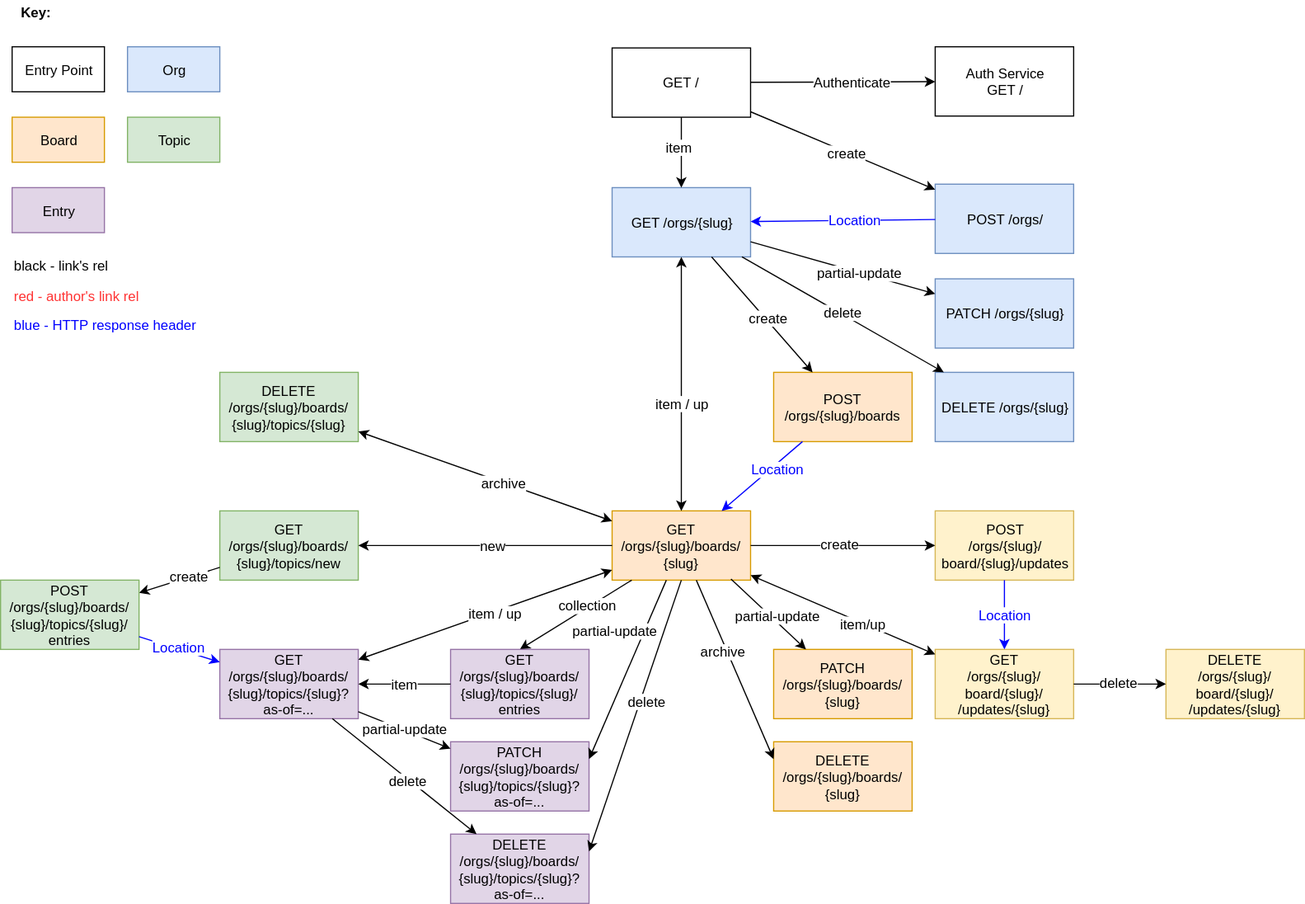
The draw.io diagram docs/OC-Storage-REST-API.svg in open-company/open-company-storage, before a commit. Source tidied: cells renumbered, new cells last; positions are measured from the earlier drawing's top-left corner, leaving out a move shared by most shapes.
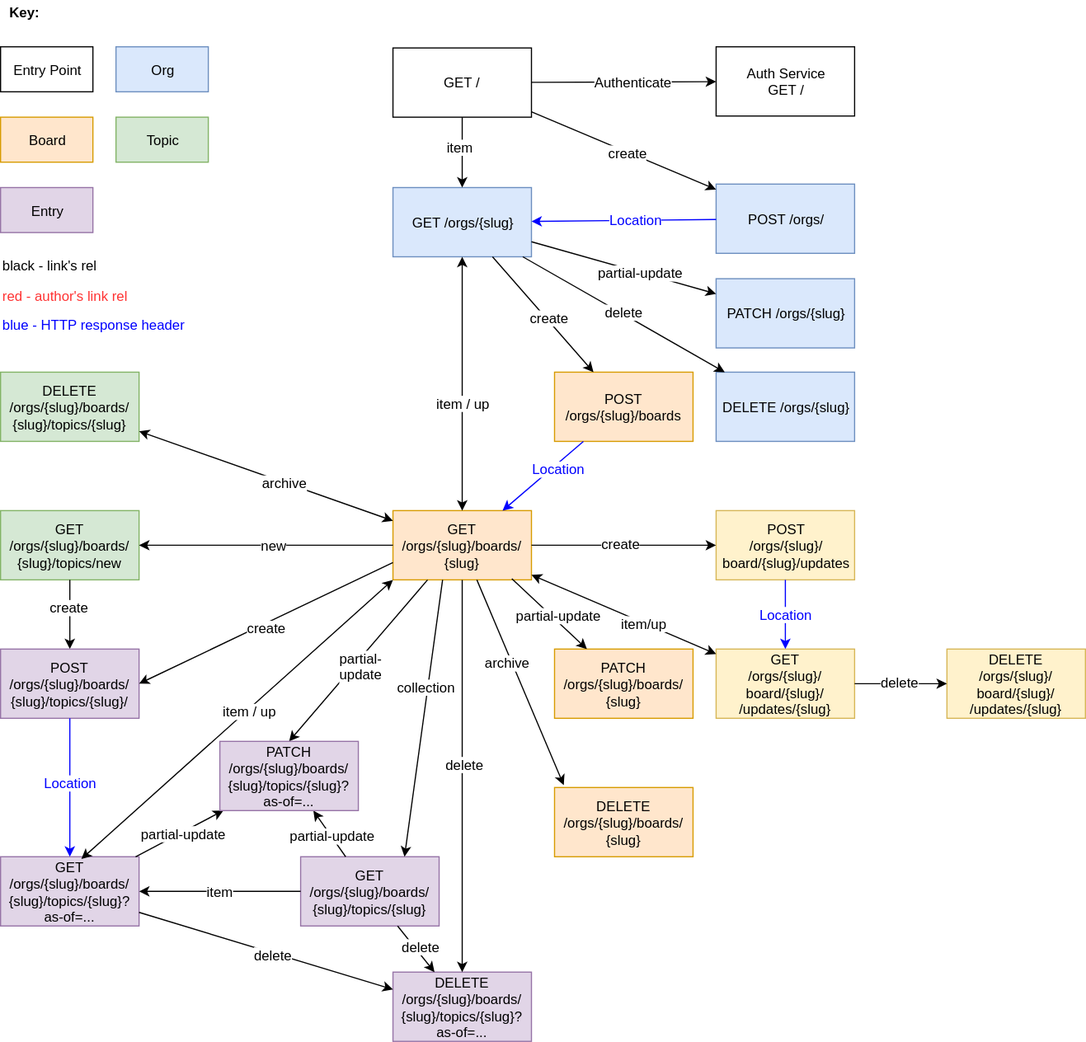
After the commit.

Change to the diagram source:
```diff
@@ -3,31 +3,31 @@
     <mxCell id="0" />
     <mxCell id="1" parent="0" />
     <mxCell id="2" value="Entry Point" style="whiteSpace=wrap;html=1;" parent="1" vertex="1">
-      <mxGeometry x="10" y="40" width="80" height="39" as="geometry" />
+      <mxGeometry x="190" y="40" width="80" height="39" as="geometry" />
     </mxCell>
     <mxCell id="3" value="Topic" style="whiteSpace=wrap;html=1;fillColor=#d5e8d4;strokeColor=#82b366;" parent="1" vertex="1">
-      <mxGeometry x="110" y="101" width="80" height="39" as="geometry" />
+      <mxGeometry x="290" y="101" width="80" height="39" as="geometry" />
     </mxCell>
     <mxCell id="4" value="Board" style="whiteSpace=wrap;html=1;fillColor=#ffe6cc;strokeColor=#d79b00;" parent="1" vertex="1">
-      <mxGeometry x="10" y="101" width="80" height="39" as="geometry" />
+      <mxGeometry x="190" y="101" width="80" height="39" as="geometry" />
     </mxCell>
     <mxCell id="5" value="Org" style="whiteSpace=wrap;html=1;fillColor=#dae8fc;strokeColor=#6c8ebf;" parent="1" vertex="1">
-      <mxGeometry x="110" y="40" width="80" height="39" as="geometry" />
+      <mxGeometry x="290" y="40" width="80" height="39" as="geometry" />
     </mxCell>
     <mxCell id="6" value="&lt;b&gt;Key:&lt;/b&gt;" style="text;html=1;strokeColor=none;fillColor=none;align=center;verticalAlign=middle;whiteSpace=wrap;" parent="1" vertex="1">
-      <mxGeometry x="10" width="40" height="20" as="geometry" />
+      <mxGeometry x="190" width="40" height="20" as="geometry" />
     </mxCell>
     <mxCell id="7" value="black - link's rel" style="text;html=1;strokeColor=none;fillColor=none;align=left;verticalAlign=middle;whiteSpace=wrap;" parent="1" vertex="1">
-      <mxGeometry x="10" y="219" width="110" height="20" as="geometry" />
+      <mxGeometry x="190" y="219" width="110" height="20" as="geometry" />
     </mxCell>
     <mxCell id="8" value="&lt;font color=&quot;#0000ff&quot;&gt;blue - HTTP response header&lt;/font&gt;" style="text;html=1;strokeColor=none;fillColor=none;align=left;verticalAlign=middle;whiteSpace=wrap;" parent="1" vertex="1">
-      <mxGeometry x="10" y="271" width="170" height="20" as="geometry" />
+      <mxGeometry x="190" y="271" width="170" height="20" as="geometry" />
     </mxCell>
     <mxCell id="9" value="red - author's link rel" style="text;html=1;strokeColor=none;fillColor=none;align=left;verticalAlign=middle;whiteSpace=wrap;fontColor=#FF3333;" parent="1" vertex="1">
-      <mxGeometry x="10" y="246" width="122" height="20" as="geometry" />
+      <mxGeometry x="190" y="246" width="122" height="20" as="geometry" />
     </mxCell>
     <mxCell id="10" value="Entry" style="whiteSpace=wrap;html=1;fillColor=#e1d5e7;strokeColor=#9673a6;" parent="1" vertex="1">
-      <mxGeometry x="10" y="162" width="80" height="39" as="geometry" />
+      <mxGeometry x="190" y="162" width="80" height="39" as="geometry" />
     </mxCell>
     <mxCell id="11" value="&lt;font color=&quot;#000000&quot;&gt;GET /&lt;/font&gt;" style="whiteSpace=wrap;html=1;fontSize=12;fontColor=#FF3333;" parent="1" vertex="1">
       <mxGeometry x="530" y="41" width="120" height="60" as="geometry" />
@@ -130,77 +130,57 @@
       </mxGeometry>
     </mxCell>
     <mxCell id="43" value="GET /orgs/{slug}/boards/&lt;div&gt;{slug}/&lt;span&gt;topics/{slug}?as-of=...&lt;/span&gt;&lt;/div&gt;" style="whiteSpace=wrap;html=1;fontSize=12;fontColor=#000000;fillColor=#e1d5e7;strokeColor=#9673a6;" parent="1" vertex="1">
-      <mxGeometry x="190" y="562" width="120" height="60" as="geometry" />
+      <mxGeometry x="190" y="742" width="120" height="60" as="geometry" />
     </mxCell>
-    <mxCell id="44" style="endArrow=classic;html=1;strokeColor=#000000;fontSize=12;fontColor=#000000;exitX=0.142;exitY=1;exitPerimeter=0;entryX=0.5;entryY=0;" parent="1" edge="1" source="29" target="46">
-      <mxGeometry relative="1" as="geometry" />
-    </mxCell>
-    <mxCell id="45" value="collection" style="text;html=1;align=center;verticalAlign=middle;labelBackgroundColor=#ffffff;fontSize=12;fontColor=#000000;" parent="44" vertex="1">
-      <mxGeometry x="-0.23" y="-2" relative="1" as="geometry" />
-    </mxCell>
-    <mxCell id="46" value="&lt;span&gt;GET /orgs/{slug}/boards/&lt;/span&gt;&lt;div&gt;{slug}/topics/{slug}/&lt;/div&gt;&lt;div&gt;entries&lt;/div&gt;" style="whiteSpace=wrap;html=1;fontSize=12;fontColor=#000000;fillColor=#e1d5e7;strokeColor=#9673a6;" parent="1" vertex="1">
-      <mxGeometry x="390" y="562" width="120" height="60" as="geometry" />
+    <mxCell id="46" value="&lt;span&gt;GET /orgs/{slug}/boards/&lt;/span&gt;&lt;div&gt;{slug}/topics/{slug}&lt;/div&gt;" style="whiteSpace=wrap;html=1;fontSize=12;fontColor=#000000;fillColor=#e1d5e7;strokeColor=#9673a6;" parent="1" vertex="1">
+      <mxGeometry x="450" y="742" width="120" height="60" as="geometry" />
     </mxCell>
-    <mxCell id="47" value="item" style="endArrow=classic;html=1;strokeColor=#000000;fontSize=12;fontColor=#000000;" parent="1" edge="1" source="46" target="43">
+    <mxCell id="47" value="item" style="endArrow=classic;html=1;strokeColor=#000000;fontSize=12;fontColor=#000000;exitX=0;exitY=0.5;" parent="1" edge="1" source="46" target="43">
       <mxGeometry relative="1" as="geometry" />
     </mxCell>
-    <mxCell id="48" style="endArrow=classic;html=1;strokeColor=#000000;fontSize=12;fontColor=#000000;" parent="1" edge="1" source="37" target="50">
+    <mxCell id="48" style="endArrow=classic;html=1;strokeColor=#000000;fontSize=12;fontColor=#000000;" parent="1" edge="1" source="37" target="81">
       <mxGeometry relative="1" as="geometry" />
     </mxCell>
     <mxCell id="49" value="create" style="text;html=1;align=center;verticalAlign=middle;labelBackgroundColor=#ffffff;fontSize=12;fontColor=#000000;" parent="48" vertex="1">
       <mxGeometry x="-0.24" y="-1" relative="1" as="geometry" />
     </mxCell>
-    <mxCell id="50" value="POST&lt;div&gt;/orgs/{slug}/boards/&lt;div&gt;{slug}/topics/{slug}/&lt;/div&gt;&lt;div&gt;entries&lt;/div&gt;&lt;/div&gt;" style="whiteSpace=wrap;html=1;fontSize=12;fontColor=#000000;fillColor=#d5e8d4;strokeColor=#82b366;" parent="1" vertex="1">
-      <mxGeometry y="502" width="120" height="60" as="geometry" />
-    </mxCell>
-    <mxCell id="51" style="endArrow=classic;html=1;strokeColor=#0000FF;fontSize=12;fontColor=#000000;" parent="1" edge="1" source="50" target="43">
-      <mxGeometry relative="1" as="geometry" />
-    </mxCell>
-    <mxCell id="52" value="&lt;font color=&quot;#0000ff&quot;&gt;Location&lt;/font&gt;" style="text;html=1;align=center;verticalAlign=middle;labelBackgroundColor=#ffffff;fontSize=12;fontColor=#000000;" parent="51" vertex="1">
-      <mxGeometry x="0.02" y="1" relative="1" as="geometry">
-        <mxPoint x="-2" y="-2" as="offset" />
-      </mxGeometry>
-    </mxCell>
-    <mxCell id="53" value="PATCH&lt;div&gt;/orgs/{slug}/boards/&lt;div&gt;{slug}/topics/{slug}?as-of=...&lt;/div&gt;&lt;/div&gt;" style="whiteSpace=wrap;html=1;fontSize=12;fontColor=#000000;fillColor=#e1d5e7;strokeColor=#9673a6;" parent="1" vertex="1">
-      <mxGeometry x="390" y="642" width="120" height="60" as="geometry" />
-    </mxCell>
     <mxCell id="54" value="DELETE&lt;div&gt;/orgs/{slug}/boards/&lt;div&gt;{slug}/topics/{slug}?as-of=...&lt;/div&gt;&lt;/div&gt;" style="whiteSpace=wrap;html=1;fontSize=12;fontColor=#000000;fillColor=#e1d5e7;strokeColor=#9673a6;" parent="1" vertex="1">
-      <mxGeometry x="390" y="722" width="120" height="60" as="geometry" />
+      <mxGeometry x="530" y="842" width="120" height="60" as="geometry" />
     </mxCell>
     <mxCell id="55" style="endArrow=classic;html=1;strokeColor=#000000;fontSize=12;fontColor=#000000;" parent="1" edge="1" source="43" target="53">
       <mxGeometry relative="1" as="geometry" />
     </mxCell>
     <mxCell id="56" value="partial-update" style="text;html=1;align=center;verticalAlign=middle;labelBackgroundColor=#ffffff;fontSize=12;fontColor=#000000;" parent="55" vertex="1">
       <mxGeometry x="0.21" y="-1" relative="1" as="geometry">
-        <mxPoint x="-8" y="-6" as="offset" />
+        <mxPoint x="-5" y="3" as="offset" />
       </mxGeometry>
     </mxCell>
-    <mxCell id="57" style="endArrow=classic;html=1;strokeColor=#000000;fontSize=12;fontColor=#000000;" parent="1" edge="1" source="43" target="54">
+    <mxCell id="57" style="endArrow=classic;html=1;strokeColor=#000000;fontSize=12;fontColor=#000000;entryX=0;entryY=0.25;" parent="1" edge="1" source="43" target="54">
       <mxGeometry relative="1" as="geometry" />
     </mxCell>
     <mxCell id="58" value="delete" style="text;html=1;align=center;verticalAlign=middle;labelBackgroundColor=#ffffff;fontSize=12;fontColor=#000000;" parent="57" vertex="1">
       <mxGeometry x="0.06" y="-1" relative="1" as="geometry" />
     </mxCell>
-    <mxCell id="59" style="endArrow=classic;startArrow=classic;html=1;strokeColor=#000000;fontSize=12;fontColor=#000000;" parent="1" edge="1" source="43" target="29">
+    <mxCell id="59" style="endArrow=classic;startArrow=classic;html=1;strokeColor=#000000;fontSize=12;fontColor=#000000;entryX=0;entryY=1;entryPerimeter=0;exitX=0.583;exitY=0.033;exitPerimeter=0;" parent="1" edge="1" source="43" target="29">
       <mxGeometry relative="1" as="geometry" />
     </mxCell>
     <mxCell id="60" value="item / up" style="text;html=1;align=center;verticalAlign=middle;labelBackgroundColor=#ffffff;fontSize=12;fontColor=#000000;" parent="59" vertex="1">
       <mxGeometry x="0.07" y="-1" relative="1" as="geometry" />
     </mxCell>
-    <mxCell id="61" style="endArrow=classic;html=1;strokeColor=#000000;fontSize=12;fontColor=#000000;entryX=1;entryY=0.25;exitX=0.392;exitY=1;exitPerimeter=0;" parent="1" edge="1" source="29" target="53">
+    <mxCell id="61" style="endArrow=classic;html=1;strokeColor=#000000;fontSize=12;fontColor=#000000;entryX=0.5;entryY=0;exitX=0.25;exitY=1;" parent="1" edge="1" source="29" target="53">
       <mxGeometry relative="1" as="geometry" />
     </mxCell>
-    <mxCell id="62" value="partial-update" style="text;html=1;align=center;verticalAlign=middle;labelBackgroundColor=#ffffff;fontSize=12;fontColor=#000000;" parent="61" vertex="1">
+    <mxCell id="62" value="partial-&lt;div&gt;update&lt;/div&gt;" style="text;html=1;align=center;verticalAlign=middle;labelBackgroundColor=#ffffff;fontSize=12;fontColor=#000000;" parent="61" vertex="1">
       <mxGeometry x="-0.25" y="3" relative="1" as="geometry">
-        <mxPoint x="-23" y="-16" as="offset" />
+        <mxPoint x="-15" y="20" as="offset" />
       </mxGeometry>
     </mxCell>
-    <mxCell id="63" style="endArrow=classic;html=1;strokeColor=#000000;fontSize=12;fontColor=#000000;entryX=1;entryY=0.25;exitX=0.5;exitY=1;" parent="1" edge="1" source="29" target="54">
+    <mxCell id="63" style="endArrow=classic;html=1;strokeColor=#000000;fontSize=12;fontColor=#000000;exitX=0.5;exitY=1;" parent="1" edge="1" source="29" target="54">
       <mxGeometry relative="1" as="geometry" />
     </mxCell>
     <mxCell id="64" value="delete" style="text;html=1;align=center;verticalAlign=middle;labelBackgroundColor=#ffffff;fontSize=12;fontColor=#000000;" parent="63" vertex="1">
       <mxGeometry x="-0.12" relative="1" as="geometry">
-        <mxPoint x="5" as="offset" />
+        <mxPoint x="2" y="9" as="offset" />
       </mxGeometry>
     </mxCell>
     <mxCell id="65" value="PATCH /orgs/{slug}/boards/&lt;div&gt;{slug}&lt;/div&gt;" style="whiteSpace=wrap;html=1;fontSize=12;fontColor=#000000;fillColor=#ffe6cc;strokeColor=#d79b00;" parent="1" vertex="1">
@@ -224,9 +204,9 @@
       <mxGeometry x="1010" y="562" width="120" height="60" as="geometry" />
     </mxCell>
     <mxCell id="71" value="DELETE /orgs/{slug}/boards/&lt;div&gt;{slug}&lt;/div&gt;" style="whiteSpace=wrap;html=1;fontSize=12;fontColor=#000000;fillColor=#ffe6cc;strokeColor=#d79b00;" parent="1" vertex="1">
-      <mxGeometry x="670" y="642" width="120" height="60" as="geometry" />
+      <mxGeometry x="670" y="682" width="120" height="60" as="geometry" />
     </mxCell>
-    <mxCell id="72" style="endArrow=classic;html=1;strokeColor=#000000;fontSize=12;fontColor=#000000;entryX=0;entryY=0.25;" parent="1" edge="1" source="29" target="71">
+    <mxCell id="72" style="endArrow=classic;html=1;strokeColor=#000000;fontSize=12;fontColor=#000000;entryX=0.067;entryY=-0.033;entryPerimeter=0;" parent="1" edge="1" source="29" target="71">
       <mxGeometry relative="1" as="geometry" />
     </mxCell>
     <mxCell id="73" value="archive" style="text;html=1;align=center;verticalAlign=middle;labelBackgroundColor=#ffffff;fontSize=12;fontColor=#000000;" parent="72" vertex="1">
@@ -257,5 +237,45 @@
     <mxCell id="80" value="delete" style="text;html=1;align=center;verticalAlign=middle;labelBackgroundColor=#ffffff;fontSize=12;fontColor=#000000;" parent="79" vertex="1">
       <mxGeometry x="-0.03" y="2" relative="1" as="geometry" />
     </mxCell>
+    <mxCell id="81" value="&lt;span&gt;POST /orgs/{slug}/boards/&lt;/span&gt;&lt;div&gt;{slug}/topics/{slug}/&lt;/div&gt;" style="whiteSpace=wrap;html=1;fontSize=12;fontColor=#000000;fillColor=#e1d5e7;strokeColor=#9673a6;" parent="1" vertex="1">
+      <mxGeometry x="190" y="562" width="120" height="60" as="geometry" />
+    </mxCell>
+    <mxCell id="82" style="endArrow=classic;html=1;entryX=0.5;entryY=0;strokeColor=#0000FF;" parent="1" edge="1" source="81" target="43">
+      <mxGeometry relative="1" as="geometry" />
+    </mxCell>
+    <mxCell id="52" value="&lt;font color=&quot;#0000ff&quot;&gt;Location&lt;/font&gt;" style="text;html=1;align=center;verticalAlign=middle;labelBackgroundColor=#ffffff;" parent="82" vertex="1">
+      <mxGeometry x="-0.08" relative="1" as="geometry" />
+    </mxCell>
+    <mxCell id="83" style="endArrow=classic;html=1;strokeColor=#000000;exitX=0;exitY=0.75;entryX=1;entryY=0.5;" parent="1" edge="1" source="29" target="81">
+      <mxGeometry relative="1" as="geometry" />
+    </mxCell>
+    <mxCell id="84" value="create" style="text;html=1;align=center;verticalAlign=middle;labelBackgroundColor=#ffffff;" parent="83" vertex="1">
+      <mxGeometry x="0.22" y="-1" relative="1" as="geometry">
+        <mxPoint x="24" y="-6" as="offset" />
+      </mxGeometry>
+    </mxCell>
+    <mxCell id="85" style="endArrow=classic;html=1;strokeColor=#000000;" parent="1" edge="1" source="46" target="53">
+      <mxGeometry relative="1" as="geometry" />
+    </mxCell>
+    <mxCell id="86" value="partial-update" style="text;html=1;align=center;verticalAlign=middle;labelBackgroundColor=#ffffff;" parent="85" vertex="1">
+      <mxGeometry x="-0.1" y="-1" relative="1" as="geometry" />
+    </mxCell>
+    <mxCell id="87" style="endArrow=classic;html=1;strokeColor=#000000;" parent="1" edge="1" source="46" target="54">
+      <mxGeometry relative="1" as="geometry" />
+    </mxCell>
+    <mxCell id="88" value="delete" style="text;html=1;align=center;verticalAlign=middle;labelBackgroundColor=#ffffff;" parent="87" vertex="1">
+      <mxGeometry x="0.39" y="1" relative="1" as="geometry">
+        <mxPoint x="-3" y="-10" as="offset" />
+      </mxGeometry>
+    </mxCell>
+    <mxCell id="53" value="PATCH&lt;div&gt;/orgs/{slug}/boards/&lt;div&gt;{slug}/topics/{slug}?as-of=...&lt;/div&gt;&lt;/div&gt;" style="whiteSpace=wrap;html=1;fontSize=12;fontColor=#000000;fillColor=#e1d5e7;strokeColor=#9673a6;" parent="1" vertex="1">
+      <mxGeometry x="380" y="642" width="120" height="60" as="geometry" />
+    </mxCell>
+    <mxCell id="44" style="endArrow=classic;html=1;strokeColor=#000000;fontSize=12;fontColor=#000000;exitX=0.358;exitY=1;exitPerimeter=0;entryX=0.75;entryY=0;" parent="1" edge="1" source="29" target="46">
+      <mxGeometry relative="1" as="geometry" />
+    </mxCell>
+    <mxCell id="45" value="collection" style="text;html=1;align=center;verticalAlign=middle;labelBackgroundColor=#ffffff;fontSize=12;fontColor=#000000;" parent="44" vertex="1">
+      <mxGeometry x="-0.23" y="-2" relative="1" as="geometry" />
+    </mxCell>
   </root>
 </mxGraphModel>
```
